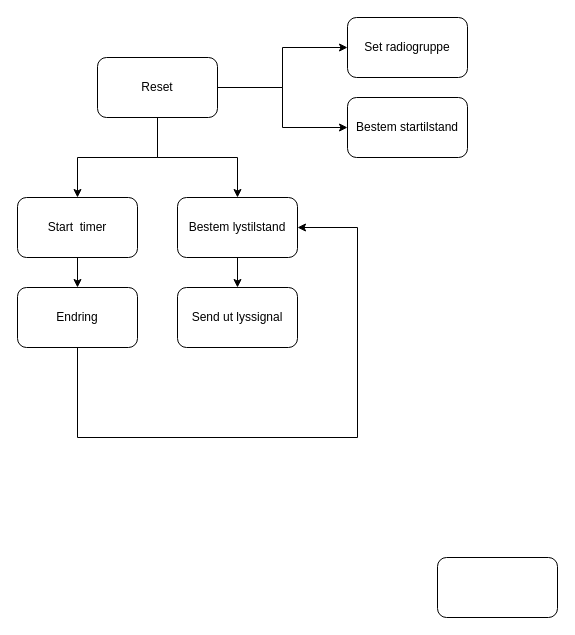
Above: Lyskryss.drawio in EdvardSire/lyskryss (draw.io), before the change. Source tidied: cells renumbered, new cells numbered last; positions are measured from the earlier drawing's top-left corner, leaving out a move shared by most shapes. Both pictures are drawn from the tidied source at 100%, with x=0, y=0 at pixel (17, 17).
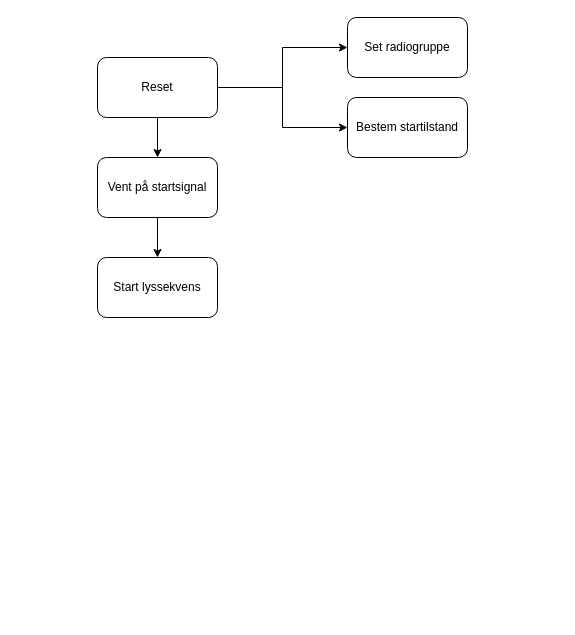
The same diagram, later.

The edit, as a diff of the source:
```diff
@@
 <mxGraphModel>
   <root>
     <mxCell id="0" />
     <mxCell id="1" parent="0" />
     <mxCell id="2" style="edgeStyle=orthogonalEdgeStyle;rounded=0;jettySize=auto;html=1;entryX=0;entryY=0.5;entryDx=0;entryDy=0;" parent="1" edge="1" source="6" target="7">
       <mxGeometry relative="1" as="geometry" />
     </mxCell>
     <mxCell id="3" style="edgeStyle=orthogonalEdgeStyle;rounded=0;jettySize=auto;html=1;exitX=1;exitY=0.5;exitDx=0;exitDy=0;entryX=0;entryY=0.5;entryDx=0;entryDy=0;" parent="1" edge="1" source="6" target="8">
       <mxGeometry relative="1" as="geometry" />
     </mxCell>
-    <mxCell id="4" style="edgeStyle=orthogonalEdgeStyle;rounded=0;jettySize=auto;html=1;exitX=0.5;exitY=1;exitDx=0;exitDy=0;entryX=0.5;entryY=0;entryDx=0;entryDy=0;" parent="1" edge="1" source="6" target="10">
-      <mxGeometry relative="1" as="geometry" />
-    </mxCell>
-    <mxCell id="5" style="edgeStyle=orthogonalEdgeStyle;rounded=0;jettySize=auto;html=1;" parent="1" edge="1" source="6" target="13">
-      <mxGeometry relative="1" as="geometry" />
-    </mxCell>
+    <mxCell id="17" style="edgeStyle=orthogonalEdgeStyle;rounded=0;jettySize=auto;html=1;entryX=0.5;entryY=0;entryDx=0;entryDy=0;" parent="1" edge="1" source="6" target="19">
+      <mxGeometry relative="1" as="geometry" />
+    </mxCell>
     <mxCell id="6" value="Reset" style="rounded=1;whiteSpace=wrap;html=1;" parent="1" vertex="1">
       <mxGeometry x="80" y="40" width="120" height="60" as="geometry" />
     </mxCell>
     <mxCell id="7" value="Set radiogruppe" style="rounded=1;whiteSpace=wrap;html=1;" parent="1" vertex="1">
       <mxGeometry x="330" width="120" height="60" as="geometry" />
     </mxCell>
     <mxCell id="8" value="Bestem startilstand" style="rounded=1;whiteSpace=wrap;html=1;" parent="1" vertex="1">
       <mxGeometry x="330" y="80" width="120" height="60" as="geometry" />
     </mxCell>
-    <mxCell id="9" style="edgeStyle=orthogonalEdgeStyle;rounded=0;jettySize=auto;html=1;entryX=0.5;entryY=0;entryDx=0;entryDy=0;" parent="1" edge="1" source="10" target="16">
-      <mxGeometry relative="1" as="geometry" />
-    </mxCell>
-    <mxCell id="10" value="Bestem lystilstand" style="rounded=1;whiteSpace=wrap;html=1;" parent="1" vertex="1">
-      <mxGeometry x="160" y="180" width="120" height="60" as="geometry" />
-    </mxCell>
-    <mxCell id="11" style="rounded=1;whiteSpace=wrap;html=1;" parent="1" vertex="1">
-      <mxGeometry x="420" y="540" width="120" height="60" as="geometry" />
-    </mxCell>
-    <mxCell id="12" style="edgeStyle=orthogonalEdgeStyle;rounded=0;jettySize=auto;html=1;entryX=0.5;entryY=0;entryDx=0;entryDy=0;" parent="1" edge="1" source="13" target="15">
-      <mxGeometry relative="1" as="geometry" />
-    </mxCell>
-    <mxCell id="13" value="Start&amp;nbsp; timer" style="rounded=1;whiteSpace=wrap;html=1;" parent="1" vertex="1">
-      <mxGeometry y="180" width="120" height="60" as="geometry" />
-    </mxCell>
-    <mxCell id="14" style="edgeStyle=orthogonalEdgeStyle;rounded=0;jettySize=auto;html=1;entryX=1;entryY=0.5;entryDx=0;entryDy=0;" parent="1" edge="1" source="15" target="10">
-      <mxGeometry relative="1" as="geometry">
-        <Array as="points">
-          <mxPoint x="60" y="420" />
-          <mxPoint x="340" y="420" />
-          <mxPoint x="340" y="210" />
-        </Array>
-      </mxGeometry>
-    </mxCell>
-    <mxCell id="15" value="Endring" style="rounded=1;whiteSpace=wrap;html=1;" parent="1" vertex="1">
-      <mxGeometry y="270" width="120" height="60" as="geometry" />
-    </mxCell>
-    <mxCell id="16" value="Send ut lyssignal" style="rounded=1;whiteSpace=wrap;html=1;" parent="1" vertex="1">
-      <mxGeometry x="160" y="270" width="120" height="60" as="geometry" />
-    </mxCell>
+    <mxCell id="18" style="edgeStyle=orthogonalEdgeStyle;rounded=0;jettySize=auto;html=1;entryX=0.5;entryY=0;entryDx=0;entryDy=0;" parent="1" edge="1" source="19" target="20">
+      <mxGeometry relative="1" as="geometry" />
+    </mxCell>
+    <mxCell id="19" value="Vent på startsignal" style="rounded=1;whiteSpace=wrap;html=1;" parent="1" vertex="1">
+      <mxGeometry x="80" y="140" width="120" height="60" as="geometry" />
+    </mxCell>
+    <mxCell id="20" value="&lt;div&gt;Start lyssekvens&lt;/div&gt;" style="rounded=1;whiteSpace=wrap;html=1;" parent="1" vertex="1">
+      <mxGeometry x="80" y="240" width="120" height="60" as="geometry" />
+    </mxCell>
   </root>
 </mxGraphModel>
```
